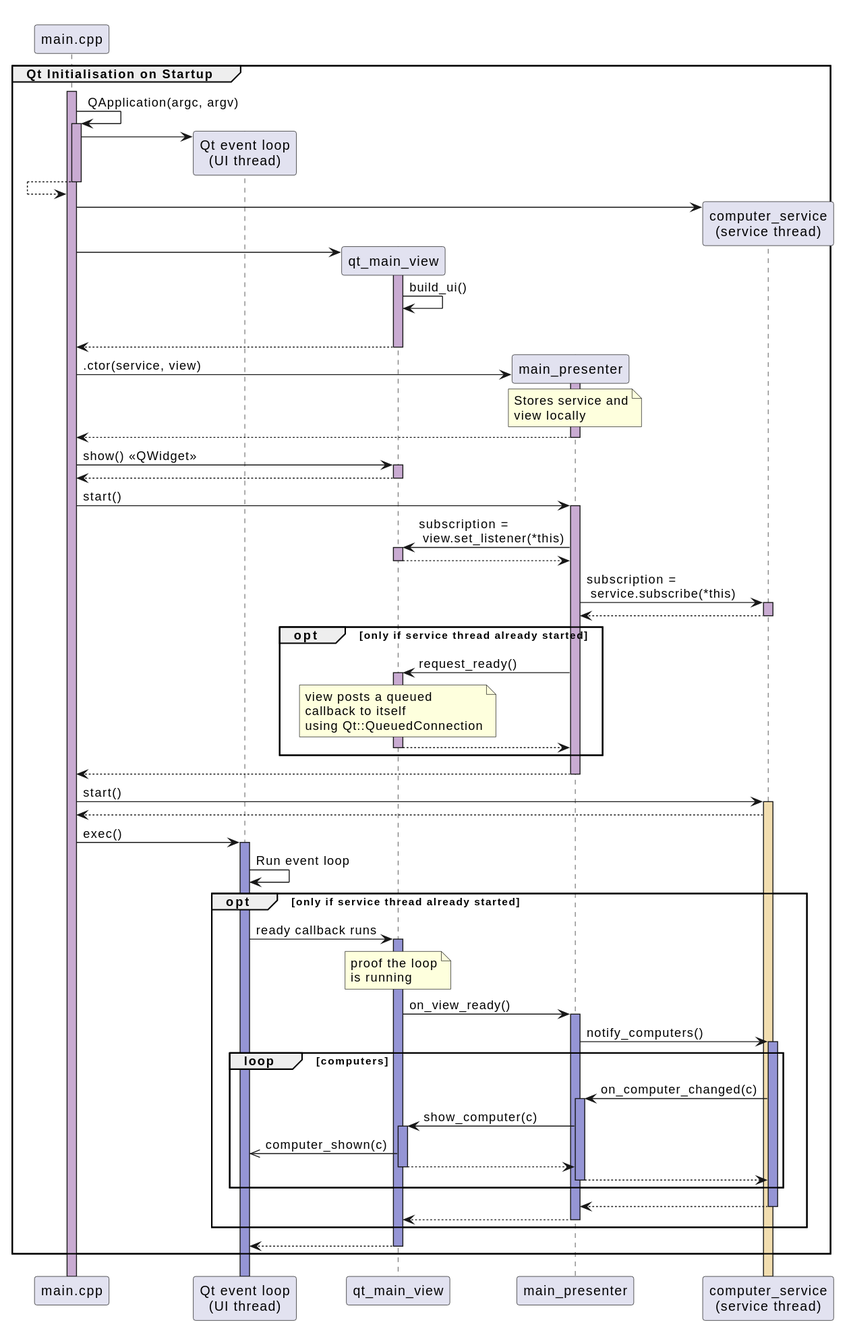
Earlier version of the PlantUML export qnx/tools/sdd-monitor/docs/assets/sequence_integration/startup_qt_initialisation.svg (jcurl/code.research). Its diagram source:
```plantuml
@startuml
!define MAIN_COLOUR c9abd2
!define UI_COLOUR 9595d5
!define WORKER_COLOUR f1ddaf

participant "main.cpp" as main
participant "Qt event loop\n(UI thread)" as qt
participant "qt_main_view" as view
participant "main_presenter" as pres
participant "computer_service\n(service thread)" as svc

group Qt Initialisation on Startup

activate main #MAIN_COLOUR

main -> main ++ #MAIN_COLOUR : QApplication(argc, argv)
main -> qt **
main <-- main --

main -> svc **

main -> view **
activate view #MAIN_COLOUR
view -> view  : build_ui()
view -[hidden]> view
main <-- view --

main -> pres ** : .ctor(service, view)
activate pres #MAIN_COLOUR
note over pres
  Stores service and
  view locally
end note
main <-- pres --

main -> view ++ #MAIN_COLOUR : show() <<QWidget>>
main <-- view --

main -> pres ++ #MAIN_COLOUR : start()
pres -> view ++ #MAIN_COLOUR : subscription =\n view.set_listener(*this)
pres <-- view --
pres -> svc ++ #MAIN_COLOUR : subscription =\n service.subscribe(*this)
svc --> pres --
opt only if service thread already started
  pres -> view ++ #MAIN_COLOUR : request_ready()
  note over view
    view posts a queued
    callback to itself
    using Qt::QueuedConnection
  end note
  pres <-- view --
end opt
pres --> main --

main -> svc ++ #WORKER_COLOUR : start()
svc --> main

main -> qt ++ #UI_COLOUR : exec()
qt -> qt : Run event loop
opt only if service thread already started
  qt -> view ++ #UI_COLOUR : ready callback runs
  note over view
    proof the loop
    is running
  end note
  view -> pres ++ #UI_COLOUR : on_view_ready()
  pres -> svc ++ #UI_COLOUR : notify_computers()
  loop computers
    svc -> pres ++ #UI_COLOUR : on_computer_changed(c)
    pres -> view ++ #UI_COLOUR : show_computer(c)
    view ->> qt : computer_shown(c)
    pres <-- view --
    svc <-- pres --
  end loop
  pres <-- svc --
  view <-- pres --
end opt
qt <-- view --
@enduml
```
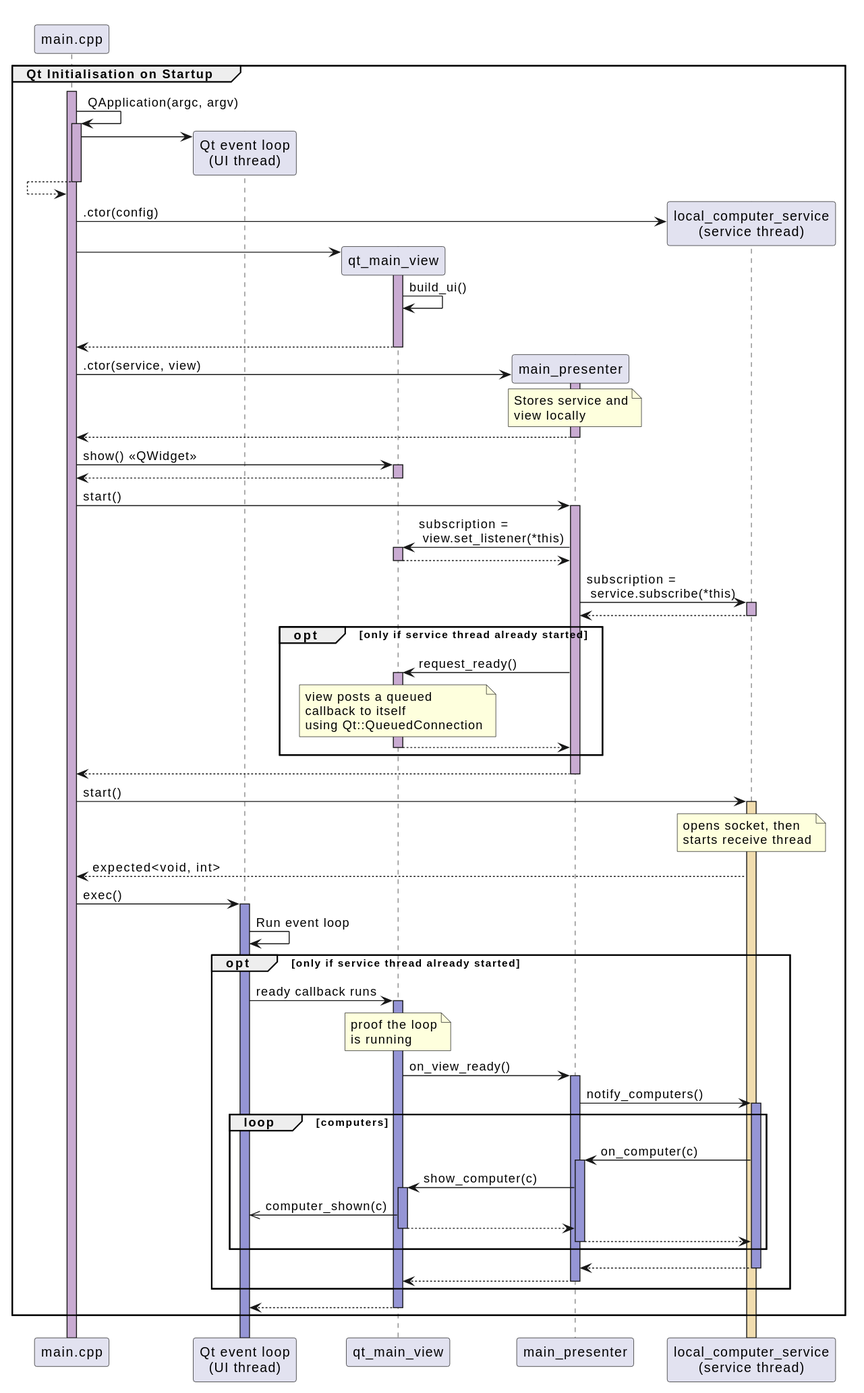
The same diagram one commit later.

Change to the diagram source:
```diff
@@ -7,7 +7,7 @@
 participant "Qt event loop\n(UI thread)" as qt
 participant "qt_main_view" as view
 participant "main_presenter" as pres
-participant "computer_service\n(service thread)" as svc
+participant "local_computer_service\n(service thread)" as svc
 
 group Qt Initialisation on Startup
 
@@ -17,7 +17,7 @@
 main -> qt **
 main <-- main --
 
-main -> svc **
+main -> svc ** : .ctor(config)
 
 main -> view **
 activate view #MAIN_COLOUR
@@ -53,7 +53,11 @@
 pres --> main --
 
 main -> svc ++ #WORKER_COLOUR : start()
-svc --> main
+note over svc
+  opens socket, then
+  starts receive thread
+end note
+svc --> main : expected<void, int>
 
 main -> qt ++ #UI_COLOUR : exec()
 qt -> qt : Run event loop
@@ -66,7 +70,7 @@
   view -> pres ++ #UI_COLOUR : on_view_ready()
   pres -> svc ++ #UI_COLOUR : notify_computers()
   loop computers
-    svc -> pres ++ #UI_COLOUR : on_computer_changed(c)
+    svc -> pres ++ #UI_COLOUR : on_computer(c)
     pres -> view ++ #UI_COLOUR : show_computer(c)
     view ->> qt : computer_shown(c)
     pres <-- view --
```
